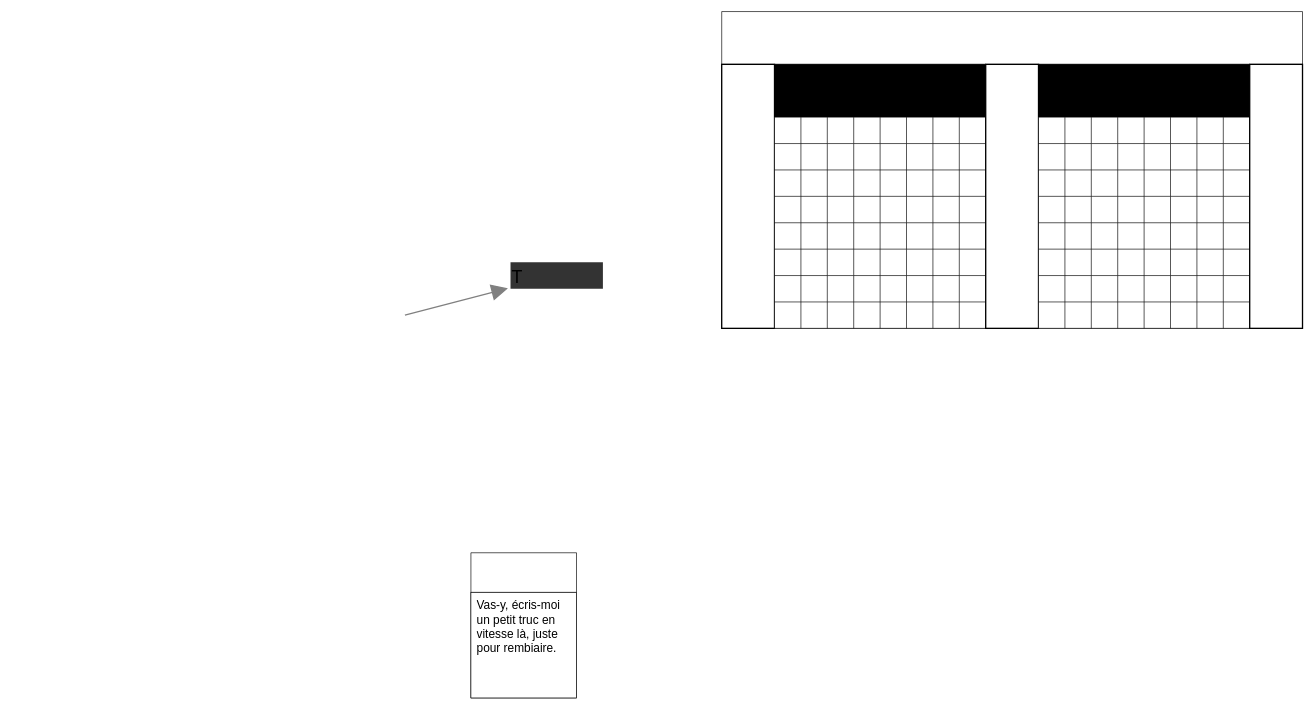
Earlier version of the draw.io diagram page "DUMP" (1 of 2) of Doc.drawio (akariumfish/nodulo). Source tidied: cells renumbered, new cells numbered last; positions are measured from the earlier drawing's top-left corner, leaving out a move shared by most shapes. Both pictures are drawn from the tidied source at 66%, with x=0, y=0 at pixel (405, 11).
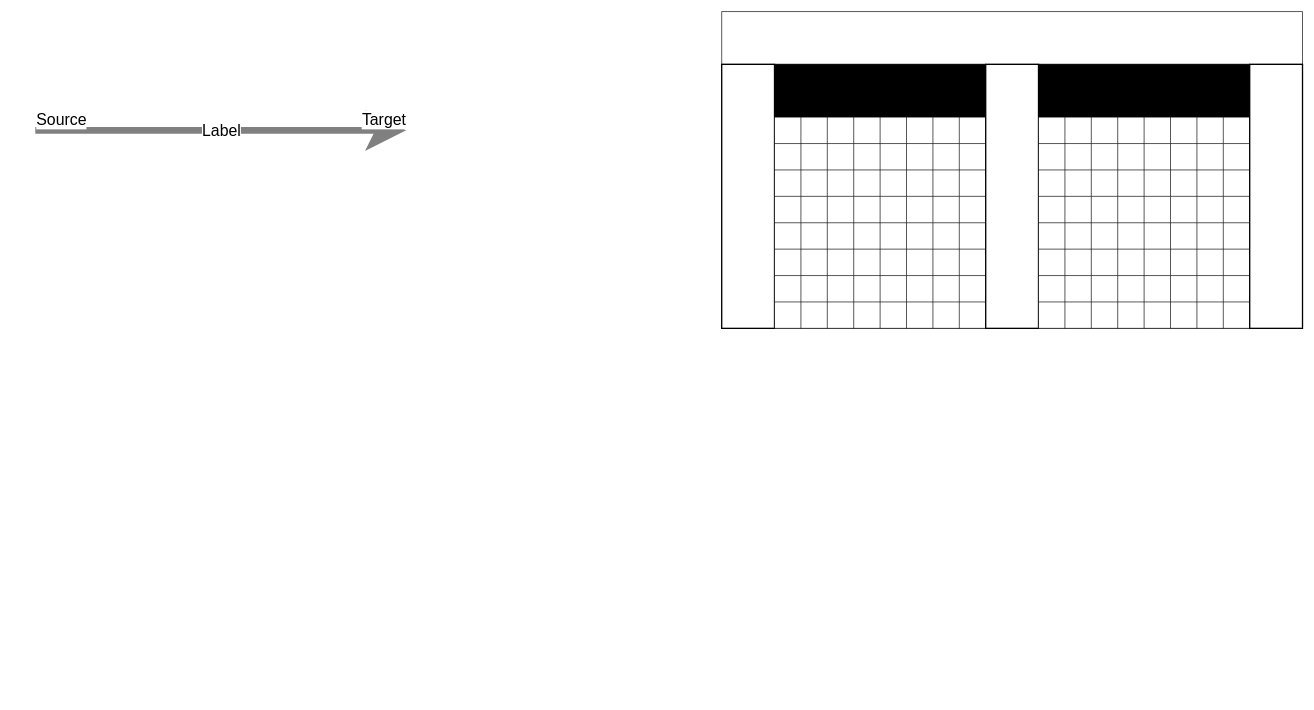
The same diagram, later.

Diff of the diagram source:
```diff
@@
-    <mxCell id="2" style="edgeStyle=none;shape=connector;curved=0;rounded=1;jumpStyle=gap;jumpSize=10;libavoidSpacing=20;jettySize=auto;html=1;strokeColor=light-dark(#808080,#E6E6E6);strokeWidth=2;align=center;verticalAlign=middle;fontFamily=Helvetica;fontSize=12;fontColor=default;labelBackgroundColor=default;startArrow=none;startFill=0;startSize=20;endArrow=block;endFill=1;endSize=20;flowAnimation=0;sourcePerimeterSpacing=-2;targetPerimeterSpacing=4;fixedPointSpacing=1;followTerminals=1;" parent="1" edge="1" target="3">
-      <mxGeometry relative="1" as="geometry">
-        <mxPoint y="460" as="sourcePoint" />
-      </mxGeometry>
-    </mxCell>
-    <mxCell id="3" value="T" style="shape=note;whiteSpace=wrap;html=1;backgroundOutline=1;autosizeText=1;fontColor=#000000;darkOpacity=0.05;fillColor=light-dark(#333333,#1A1A1A);strokeColor=none;fillStyle=solid;fontSize=27;direction=west;gradientDirection=north;gradientColor=none;shadow=0;size=0;strokeWidth=10;align=left;verticalAlign=top;newEdgeStyle=%7B%22edgeStyle%22%3A%22none%22%2C%22shape%22%3A%22connector%22%2C%22curved%22%3A%220%22%2C%22rounded%22%3A%221%22%2C%22jumpStyle%22%3A%22gap%22%2C%22jumpSize%22%3A%2210%22%2C%22libavoidSpacing%22%3A%2220%22%2C%22orthogonalLoop%22%3A%221%22%2C%22jettySize%22%3A%22auto%22%2C%22html%22%3A%221%22%2C%22strokeColor%22%3A%22light-dark(%23808080%2C%23E6E6E6)%22%2C%22strokeWidth%22%3A%222%22%2C%22align%22%3A%22center%22%2C%22verticalAlign%22%3A%22middle%22%2C%22fontFamily%22%3A%22Helvetica%22%2C%22fontSize%22%3A%2212%22%2C%22fontColor%22%3A%22default%22%2C%22labelBackgroundColor%22%3A%22default%22%2C%22startArrow%22%3A%22none%22%2C%22startFill%22%3A%220%22%2C%22startSize%22%3A%2220%22%2C%22endArrow%22%3A%22block%22%2C%22endFill%22%3A%221%22%2C%22endSize%22%3A%2220%22%2C%22flowAnimation%22%3A%220%22%2C%22sourcePerimeterSpacing%22%3A%22-2%22%2C%22targetPerimeterSpacing%22%3A%224%22%2C%22fixedPointSpacing%22%3A%221%22%2C%22followTerminals%22%3A%221%22%7D;" parent="1" vertex="1">
-      <mxGeometry x="160" y="380" width="140" height="40" as="geometry" />
-    </mxCell>
-    <mxCell id="4" style="swimlane;fontStyle=0;horizontal=1;startSize=60;fillColor=default;html=1;swimlaneFillColor=none;fontSize=18;" parent="1" vertex="1">
-      <mxGeometry x="100" y="820" width="160" height="220" as="geometry" />
-    </mxCell>
-    <mxCell id="5" value="Vas-y, écris-moi un petit truc en vitesse là, juste pour rembiaire." style="text;strokeColor=inherit;align=left;verticalAlign=top;spacingLeft=4;spacingRight=4;overflow=hidden;whiteSpace=wrap;html=1;fontSize=18;spacing=5;fillColor=default;" parent="4" vertex="1">
-      <mxGeometry y="60" width="160" height="160" as="geometry" />
-    </mxCell>
@@
+    <mxCell id="156" style="endArrow=classic;html=1;rounded=1;strokeColor=#808080;strokeWidth=10;align=center;verticalAlign=middle;fontFamily=Helvetica;fontSize=12;fontColor=default;labelBackgroundColor=default;edgeStyle=none;jumpStyle=gap;jumpSize=16;startSize=30;endSize=30;flowAnimation=1;sourcePerimeterSpacing=0;targetPerimeterSpacing=0;fixedPointSpacing=1;libavoidSpacing=20;" parent="1" edge="1">
+      <mxGeometry relative="1" as="geometry">
+        <mxPoint x="-560" y="180" as="sourcePoint" />
+        <mxPoint x="1.9" y="180" as="targetPoint" />
+      </mxGeometry>
+    </mxCell>
+    <mxCell id="157" value="Label" style="edgeLabel;html=1;align=center;verticalAlign=middle;fontFamily=Helvetica;fontSize=24;fontColor=default;labelBackgroundColor=default;" parent="156" vertex="1">
+      <mxGeometry relative="1" as="geometry" />
+    </mxCell>
+    <mxCell id="158" value="Source" style="edgeLabel;html=1;align=left;verticalAlign=bottom;fontFamily=Helvetica;fontSize=24;fontColor=default;labelBackgroundColor=default;" parent="156" vertex="1">
+      <mxGeometry x="-1" relative="1" as="geometry" />
+    </mxCell>
+    <mxCell id="159" value="Target" style="edgeLabel;html=1;align=right;verticalAlign=bottom;fontFamily=Helvetica;fontSize=24;fontColor=default;labelBackgroundColor=default;" parent="156" vertex="1">
+      <mxGeometry x="1" relative="1" as="geometry" />
+    </mxCell>
```
